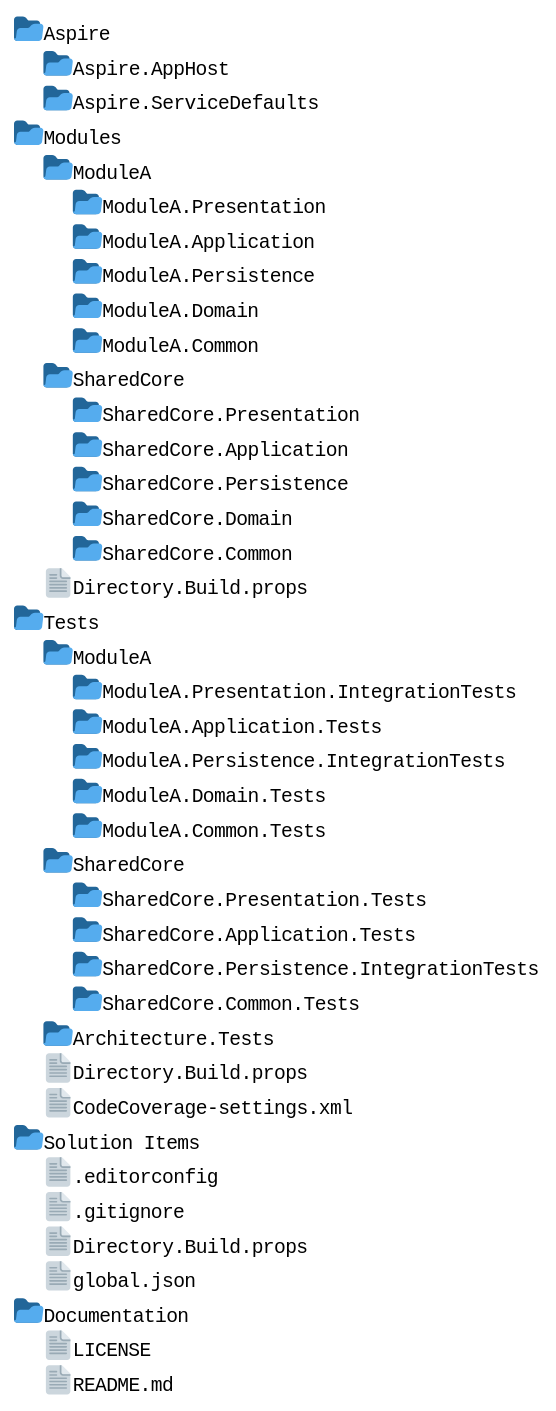
This is docs/SolutionFolders.svg from p-martinho/Modular.Api.Template, a PlantUML export, as it was before one commit.
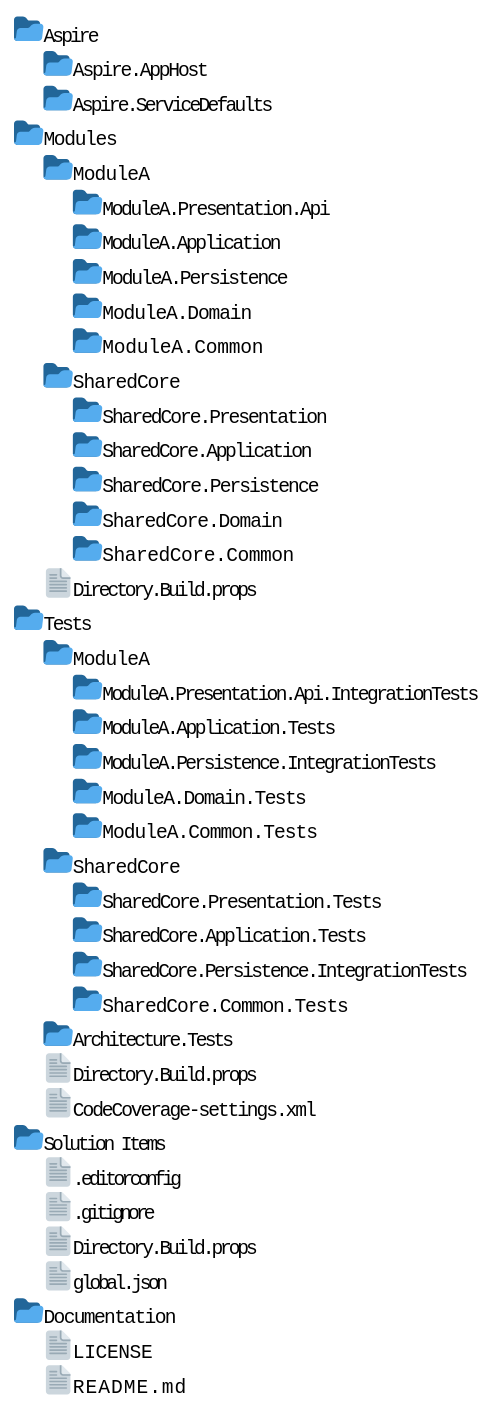
The same diagram one commit later.

What changed in the source:
```diff
@@ -2,7 +2,7 @@
 
 /Aspire/Aspire.AppHost/
 /Aspire/Aspire.ServiceDefaults/
-/Modules/ModuleA/ModuleA.Presentation/
+/Modules/ModuleA/ModuleA.Presentation.Api/
 /Modules/ModuleA/ModuleA.Application/
 /Modules/ModuleA/ModuleA.Persistence/
 /Modules/ModuleA/ModuleA.Domain/
@@ -13,7 +13,7 @@
 /Modules/SharedCore/SharedCore.Domain/
 /Modules/SharedCore/SharedCore.Common/
 /Modules/Directory.Build.props
-/Tests/ModuleA/ModuleA.Presentation.IntegrationTests/
+/Tests/ModuleA/ModuleA.Presentation.Api.IntegrationTests/
 /Tests/ModuleA/ModuleA.Application.Tests/
 /Tests/ModuleA/ModuleA.Persistence.IntegrationTests/
 /Tests/ModuleA/ModuleA.Domain.Tests/
```
